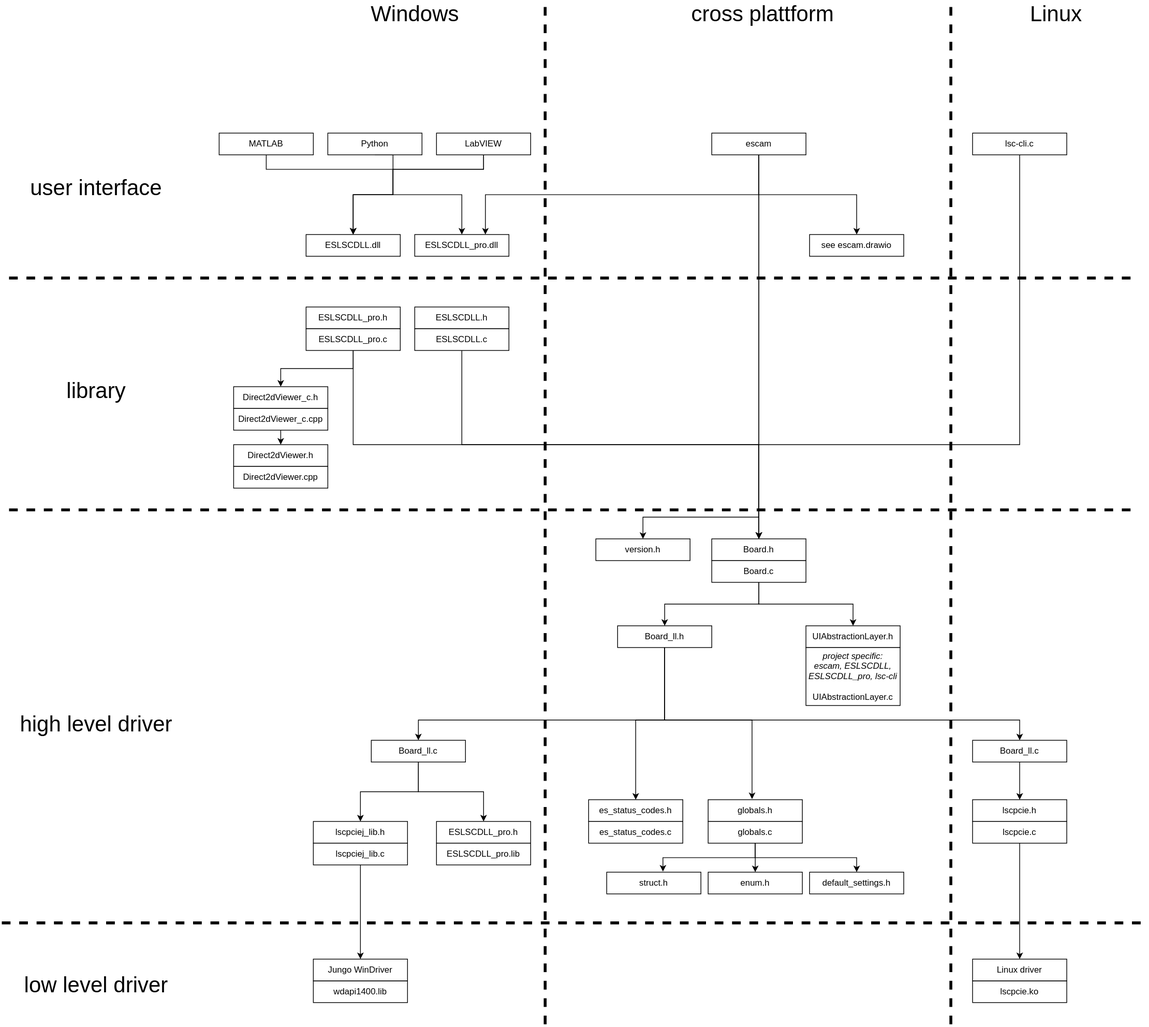
This is doc/software_structure.drawio.svg from Entwicklungsburo-Stresing/EBST_CAM, a draw.io export, as it was before one commit. Source tidied: cells renumbered, new cells last; positions are measured from the earlier drawing's top-left corner, leaving out a move shared by most shapes.
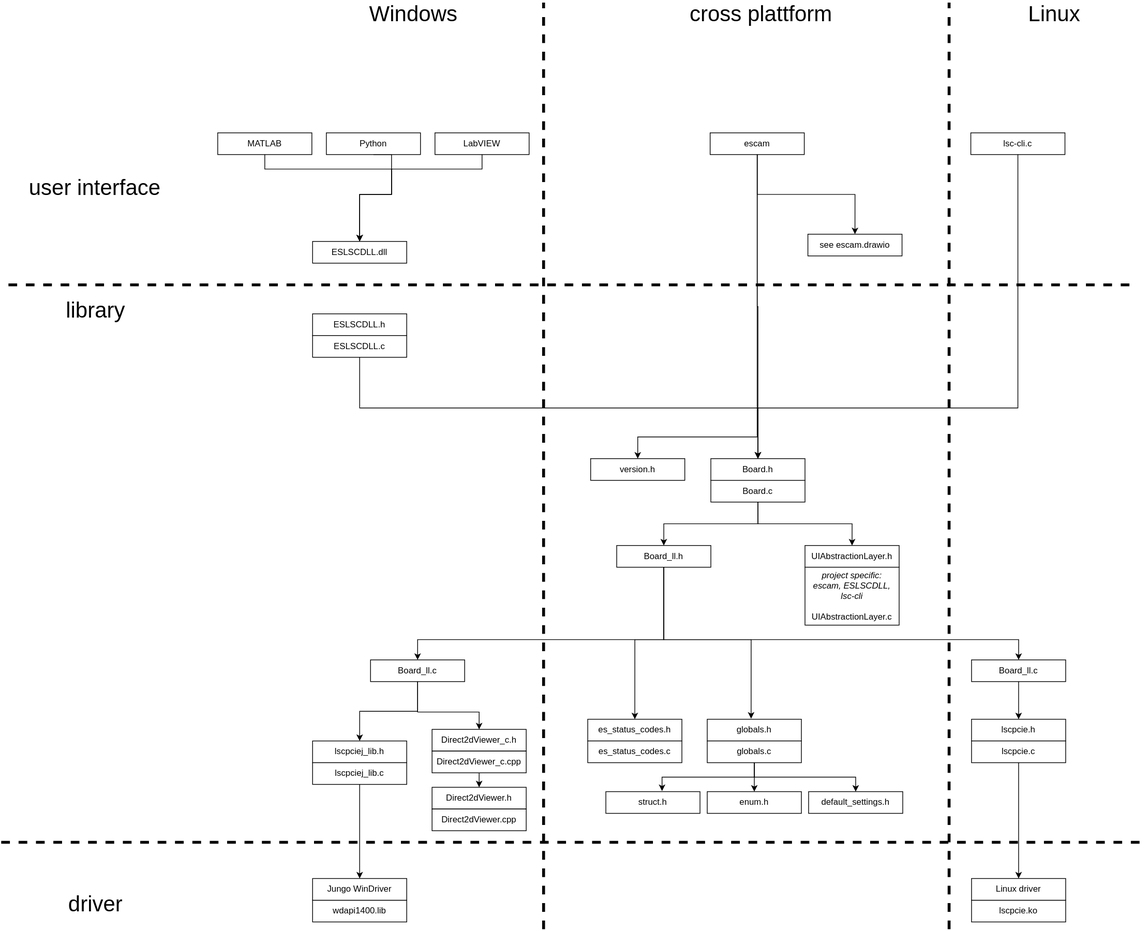
Later version of the same file.

Change to the diagram source:
```diff
@@ -44,9 +44,15 @@
     <mxCell id="10" style="edgeStyle=orthogonalEdgeStyle;rounded=0;jettySize=auto;html=1;exitX=0.5;exitY=1;exitDx=0;exitDy=0;entryX=0.5;entryY=0;entryDx=0;entryDy=0;" parent="1" edge="1" source="12" target="31">
       <mxGeometry relative="1" as="geometry" />
     </mxCell>
-    <mxCell id="11" style="edgeStyle=orthogonalEdgeStyle;rounded=0;jettySize=auto;html=1;" parent="1" edge="1" source="12" target="29">
-      <mxGeometry relative="1" as="geometry" />
-    </mxCell>
+    <mxCell id="82" style="edgeStyle=orthogonalEdgeStyle;rounded=0;jettySize=auto;html=1;entryX=0.5;entryY=0;entryDx=0;entryDy=0;" parent="1" edge="1" source="12" target="41">
+      <mxGeometry relative="1" as="geometry">
+        <Array as="points">
+          <mxPoint x="575" y="1090" />
+          <mxPoint x="660" y="1090" />
+          <mxPoint x="660" y="1105" />
+        </Array>
+      </mxGeometry>
+    </mxCell>
     <mxCell id="12" value="Board_ll.c" style="rounded=0;whiteSpace=wrap;html=1;" parent="1" vertex="1">
       <mxGeometry x="510" y="1018" width="130" height="30" as="geometry" />
     </mxCell>
@@ -65,13 +71,13 @@
       <mxGeometry x="1340" y="1018" width="130" height="30" as="geometry" />
     </mxCell>
     <mxCell id="16" value="ESLSCDLL.h" style="rounded=0;whiteSpace=wrap;html=1;" parent="1" vertex="1">
-      <mxGeometry x="570" y="420" width="130" height="30" as="geometry" />
+      <mxGeometry x="430" y="540" width="130" height="30" as="geometry" />
     </mxCell>
     <mxCell id="17" style="edgeStyle=orthogonalEdgeStyle;rounded=0;jettySize=auto;html=1;exitX=0.5;exitY=1;exitDx=0;exitDy=0;entryX=0.5;entryY=0;entryDx=0;entryDy=0;strokeWidth=1;" parent="1" edge="1" source="18" target="2">
       <mxGeometry relative="1" as="geometry" />
     </mxCell>
     <mxCell id="18" value="ESLSCDLL.c" style="rounded=0;whiteSpace=wrap;html=1;" parent="1" vertex="1">
-      <mxGeometry x="570" y="450" width="130" height="30" as="geometry" />
+      <mxGeometry x="430" y="570" width="130" height="30" as="geometry" />
     </mxCell>
     <mxCell id="19" value="enum.h" style="rounded=0;whiteSpace=wrap;html=1;" parent="1" vertex="1">
       <mxGeometry x="975" y="1200" width="130" height="30" as="geometry" />
@@ -103,12 +109,6 @@
     <mxCell id="28" value="default_settings.h" style="rounded=0;whiteSpace=wrap;html=1;" parent="1" vertex="1">
       <mxGeometry x="1115" y="1200" width="130" height="30" as="geometry" />
     </mxCell>
-    <mxCell id="29" value="ESLSCDLL_pro.h" style="rounded=0;whiteSpace=wrap;html=1;" parent="1" vertex="1">
-      <mxGeometry x="600" y="1130" width="130" height="30" as="geometry" />
-    </mxCell>
-    <mxCell id="30" value="ESLSCDLL_pro.lib" style="rounded=0;whiteSpace=wrap;html=1;" parent="1" vertex="1">
-      <mxGeometry x="600" y="1160" width="130" height="30" as="geometry" />
-    </mxCell>
     <mxCell id="31" value="lscpciej_lib.h" style="rounded=0;whiteSpace=wrap;html=1;" parent="1" vertex="1">
       <mxGeometry x="430" y="1130" width="130" height="30" as="geometry" />
     </mxCell>
@@ -127,95 +127,72 @@
     <mxCell id="36" value="UIAbstractionLayer.h" style="rounded=0;whiteSpace=wrap;html=1;" parent="1" vertex="1">
       <mxGeometry x="1110" y="860" width="130" height="30" as="geometry" />
     </mxCell>
-    <mxCell id="37" value="ESLSCDLL_pro.h" style="rounded=0;whiteSpace=wrap;html=1;" parent="1" vertex="1">
-      <mxGeometry x="420" y="420" width="130" height="30" as="geometry" />
-    </mxCell>
-    <mxCell id="38" style="edgeStyle=orthogonalEdgeStyle;rounded=0;jettySize=auto;html=1;exitX=0.5;exitY=1;exitDx=0;exitDy=0;entryX=0.5;entryY=0;entryDx=0;entryDy=0;" parent="1" edge="1" source="40" target="2">
-      <mxGeometry relative="1" as="geometry" />
-    </mxCell>
-    <mxCell id="39" style="edgeStyle=orthogonalEdgeStyle;rounded=0;jettySize=auto;html=1;exitX=0.5;exitY=1;exitDx=0;exitDy=0;entryX=0.5;entryY=0;entryDx=0;entryDy=0;" parent="1" edge="1" source="40" target="41">
-      <mxGeometry relative="1" as="geometry" />
-    </mxCell>
-    <mxCell id="40" value="ESLSCDLL_pro.c" style="rounded=0;whiteSpace=wrap;html=1;" parent="1" vertex="1">
-      <mxGeometry x="420" y="450" width="130" height="30" as="geometry" />
-    </mxCell>
     <mxCell id="41" value="Direct2dViewer_c.h" style="rounded=0;whiteSpace=wrap;html=1;glass=0;" parent="1" vertex="1">
-      <mxGeometry x="320" y="530" width="130" height="30" as="geometry" />
+      <mxGeometry x="595" y="1114" width="130" height="30" as="geometry" />
     </mxCell>
     <mxCell id="42" style="edgeStyle=orthogonalEdgeStyle;rounded=0;jettySize=auto;html=1;exitX=0.5;exitY=1;exitDx=0;exitDy=0;entryX=0.5;entryY=0;entryDx=0;entryDy=0;" parent="1" edge="1" source="43" target="44">
       <mxGeometry relative="1" as="geometry" />
     </mxCell>
     <mxCell id="43" value="Direct2dViewer_c.cpp" style="rounded=0;whiteSpace=wrap;html=1;" parent="1" vertex="1">
-      <mxGeometry x="320" y="560" width="130" height="30" as="geometry" />
+      <mxGeometry x="595" y="1144" width="130" height="30" as="geometry" />
     </mxCell>
     <mxCell id="44" value="Direct2dViewer.h" style="rounded=0;whiteSpace=wrap;html=1;glass=0;" parent="1" vertex="1">
-      <mxGeometry x="320" y="610" width="130" height="30" as="geometry" />
+      <mxGeometry x="595" y="1194" width="130" height="30" as="geometry" />
     </mxCell>
     <mxCell id="45" value="Direct2dViewer.cpp" style="rounded=0;whiteSpace=wrap;html=1;" parent="1" vertex="1">
-      <mxGeometry x="320" y="640" width="130" height="30" as="geometry" />
+      <mxGeometry x="595" y="1224" width="130" height="30" as="geometry" />
     </mxCell>
-    <mxCell id="46" value="&lt;i&gt;project specific:&lt;br&gt;escam, ESLSCDLL, ESLSCDLL_pro, lsc-cli&lt;br&gt;&lt;br&gt;&lt;/i&gt;UIAbstractionLayer.c" style="rounded=0;whiteSpace=wrap;html=1;" parent="1" vertex="1">
+    <mxCell id="46" value="&lt;i&gt;project specific:&lt;br&gt;escam, ESLSCDLL, lsc-cli&lt;br&gt;&lt;br&gt;&lt;/i&gt;UIAbstractionLayer.c" style="rounded=0;whiteSpace=wrap;html=1;" parent="1" vertex="1">
       <mxGeometry x="1110" y="890" width="130" height="80" as="geometry" />
     </mxCell>
     <mxCell id="47" value="ESLSCDLL.dll" style="rounded=0;whiteSpace=wrap;html=1;" parent="1" vertex="1">
-      <mxGeometry x="420" y="320" width="130" height="30" as="geometry" />
+      <mxGeometry x="430" y="440" width="130" height="30" as="geometry" />
     </mxCell>
-    <mxCell id="48" value="ESLSCDLL_pro.dll" style="rounded=0;whiteSpace=wrap;html=1;" parent="1" vertex="1">
-      <mxGeometry x="570" y="320" width="130" height="30" as="geometry" />
-    </mxCell>
-    <mxCell id="49" style="edgeStyle=orthogonalEdgeStyle;rounded=0;jettySize=auto;html=1;exitX=0.5;exitY=1;exitDx=0;exitDy=0;entryX=0.5;entryY=0;entryDx=0;entryDy=0;" parent="1" edge="1" source="51" target="48">
-      <mxGeometry relative="1" as="geometry">
-        <Array as="points">
-          <mxPoint x="665" y="230" />
-          <mxPoint x="540" y="230" />
-          <mxPoint x="540" y="265" />
-          <mxPoint x="635" y="265" />
-        </Array>
-      </mxGeometry>
-    </mxCell>
     <mxCell id="50" style="edgeStyle=orthogonalEdgeStyle;rounded=0;jettySize=auto;html=1;exitX=0.5;exitY=1;exitDx=0;exitDy=0;entryX=0.5;entryY=0;entryDx=0;entryDy=0;" parent="1" edge="1" source="51" target="47">
       <mxGeometry relative="1" as="geometry">
         <Array as="points">
-          <mxPoint x="665" y="230" />
-          <mxPoint x="540" y="230" />
-          <mxPoint x="540" y="265" />
-          <mxPoint x="485" y="265" />
+          <mxPoint x="664" y="340" />
+          <mxPoint x="539" y="340" />
+          <mxPoint x="539" y="375" />
+          <mxPoint x="495" y="375" />
         </Array>
       </mxGeometry>
     </mxCell>
     <mxCell id="51" value="LabVIEW" style="rounded=0;whiteSpace=wrap;html=1;" parent="1" vertex="1">
-      <mxGeometry x="600" y="180" width="130" height="30" as="geometry" />
+      <mxGeometry x="599" y="290" width="130" height="30" as="geometry" />
     </mxCell>
     <mxCell id="52" style="edgeStyle=orthogonalEdgeStyle;rounded=0;jettySize=auto;html=1;exitX=0.5;exitY=1;exitDx=0;exitDy=0;entryX=0.5;entryY=0;entryDx=0;entryDy=0;" parent="1" edge="1" source="53" target="2">
       <mxGeometry relative="1" as="geometry">
         <Array as="points">
-          <mxPoint x="1405" y="610" />
-          <mxPoint x="1045" y="610" />
+          <mxPoint x="1404" y="670" />
+          <mxPoint x="1045" y="670" />
         </Array>
       </mxGeometry>
     </mxCell>
     <mxCell id="53" value="lsc-cli.c" style="rounded=0;whiteSpace=wrap;html=1;" parent="1" vertex="1">
-      <mxGeometry x="1340" y="180" width="130" height="30" as="geometry" />
+      <mxGeometry x="1339" y="290" width="130" height="30" as="geometry" />
     </mxCell>
     <mxCell id="54" style="edgeStyle=orthogonalEdgeStyle;rounded=0;jettySize=auto;html=1;exitX=0.5;exitY=1;exitDx=0;exitDy=0;entryX=0.5;entryY=0;entryDx=0;entryDy=0;strokeWidth=1;" parent="1" edge="1" source="58" target="2">
-      <mxGeometry relative="1" as="geometry" />
+      <mxGeometry relative="1" as="geometry">
+        <Array as="points">
+          <mxPoint x="1044" y="530" />
+          <mxPoint x="1045" y="530" />
+        </Array>
+      </mxGeometry>
     </mxCell>
-    <mxCell id="55" style="edgeStyle=orthogonalEdgeStyle;rounded=0;jettySize=auto;html=1;exitX=0.5;exitY=1;exitDx=0;exitDy=0;entryX=0.75;entryY=0;entryDx=0;entryDy=0;strokeWidth=1;" parent="1" edge="1" source="58" target="48">
-      <mxGeometry relative="1" as="geometry" />
-    </mxCell>
     <mxCell id="56" style="edgeStyle=orthogonalEdgeStyle;rounded=0;jettySize=auto;html=1;exitX=0.5;exitY=1;exitDx=0;exitDy=0;entryX=0.5;entryY=0;entryDx=0;entryDy=0;fontSize=30;strokeWidth=1;" parent="1" edge="1" source="58" target="76">
       <mxGeometry relative="1" as="geometry" />
     </mxCell>
     <mxCell id="57" style="edgeStyle=orthogonalEdgeStyle;rounded=0;jettySize=auto;html=1;exitX=0.5;exitY=1;exitDx=0;exitDy=0;entryX=0.5;entryY=0;entryDx=0;entryDy=0;" parent="1" edge="1" source="58" target="77">
       <mxGeometry relative="1" as="geometry">
         <Array as="points">
-          <mxPoint x="1045" y="710" />
-          <mxPoint x="885" y="710" />
+          <mxPoint x="1044" y="710" />
+          <mxPoint x="879" y="710" />
         </Array>
       </mxGeometry>
     </mxCell>
     <mxCell id="58" value="escam" style="rounded=0;whiteSpace=wrap;html=1;" parent="1" vertex="1">
-      <mxGeometry x="980" y="180" width="130" height="30" as="geometry" />
+      <mxGeometry x="979" y="290" width="130" height="30" as="geometry" />
     </mxCell>
     <mxCell id="59" value="lscpcie.h" style="rounded=0;whiteSpace=wrap;html=1;" parent="1" vertex="1">
       <mxGeometry x="1340" y="1100" width="130" height="30" as="geometry" />
@@ -234,14 +211,14 @@
     </mxCell>
     <mxCell id="64" style="endArrow=none;dashed=1;html=1;rounded=0;strokeWidth=4;" parent="1" edge="1">
       <mxGeometry relative="1" as="geometry">
-        <mxPoint x="1310" y="1410" as="sourcePoint" />
-        <mxPoint x="1310" as="targetPoint" />
+        <mxPoint x="1309" y="1390" as="sourcePoint" />
+        <mxPoint x="1309" y="110" as="targetPoint" />
       </mxGeometry>
     </mxCell>
     <mxCell id="65" style="endArrow=none;dashed=1;html=1;rounded=0;strokeWidth=4;" parent="1" edge="1">
       <mxGeometry relative="1" as="geometry">
-        <mxPoint x="750" y="1410" as="sourcePoint" />
-        <mxPoint x="750" as="targetPoint" />
+        <mxPoint x="749" y="1390" as="sourcePoint" />
+        <mxPoint x="749" y="110" as="targetPoint" />
       </mxGeometry>
     </mxCell>
     <mxCell id="66" style="endArrow=none;dashed=1;html=1;rounded=0;strokeWidth=4;" parent="1" edge="1">
@@ -250,69 +227,60 @@
         <mxPoint x="1580" y="1270" as="targetPoint" />
       </mxGeometry>
     </mxCell>
-    <mxCell id="67" style="endArrow=none;dashed=1;html=1;rounded=0;strokeWidth=4;" parent="1" edge="1">
-      <mxGeometry relative="1" as="geometry">
-        <mxPoint x="10" y="700" as="sourcePoint" />
-        <mxPoint x="1570" y="700" as="targetPoint" />
-      </mxGeometry>
-    </mxCell>
     <mxCell id="68" style="endArrow=none;dashed=1;html=1;rounded=0;strokeWidth=4;" parent="1" edge="1">
       <mxGeometry relative="1" as="geometry">
-        <mxPoint x="10" y="380" as="sourcePoint" />
-        <mxPoint x="1570" y="380" as="targetPoint" />
+        <mxPoint x="10" y="500" as="sourcePoint" />
+        <mxPoint x="1570" y="500" as="targetPoint" />
       </mxGeometry>
     </mxCell>
     <mxCell id="69" value="&lt;font style=&quot;font-size: 30px&quot;&gt;user interface&lt;/font&gt;" style="text;html=1;align=center;verticalAlign=middle;strokeColor=none;fillColor=none;" parent="1" vertex="1">
-      <mxGeometry x="30" y="240" width="200" height="30" as="geometry" />
+      <mxGeometry x="29" y="350" width="200" height="30" as="geometry" />
     </mxCell>
     <mxCell id="70" value="&lt;font style=&quot;font-size: 30px&quot;&gt;library&lt;/font&gt;" style="text;html=1;align=center;verticalAlign=middle;strokeColor=none;fillColor=none;" parent="1" vertex="1">
       <mxGeometry x="80" y="520" width="100" height="30" as="geometry" />
     </mxCell>
-    <mxCell id="71" value="&lt;font style=&quot;font-size: 30px&quot;&gt;high level driver&lt;/font&gt;" style="text;html=1;align=center;verticalAlign=middle;strokeColor=none;fillColor=none;" parent="1" vertex="1">
-      <mxGeometry x="15" y="980" width="230" height="30" as="geometry" />
-    </mxCell>
-    <mxCell id="72" value="&lt;font style=&quot;font-size: 30px&quot;&gt;low level driver&lt;/font&gt;" style="text;html=1;align=center;verticalAlign=middle;strokeColor=none;fillColor=none;" parent="1" vertex="1">
-      <mxGeometry x="25" y="1340" width="210" height="30" as="geometry" />
+    <mxCell id="72" value="&lt;font style=&quot;font-size: 30px&quot;&gt;driver&lt;/font&gt;" style="text;html=1;align=center;verticalAlign=middle;strokeColor=none;fillColor=none;" parent="1" vertex="1">
+      <mxGeometry x="80" y="1330" width="100" height="50" as="geometry" />
     </mxCell>
     <mxCell id="73" value="&lt;font style=&quot;font-size: 30px&quot;&gt;Windows&lt;/font&gt;" style="text;html=1;align=center;verticalAlign=middle;strokeColor=none;fillColor=none;" parent="1" vertex="1">
-      <mxGeometry x="500" width="140" height="30" as="geometry" />
+      <mxGeometry x="499" y="110" width="140" height="30" as="geometry" />
     </mxCell>
     <mxCell id="74" value="&lt;font style=&quot;font-size: 30px&quot;&gt;cross plattform&lt;/font&gt;" style="text;html=1;align=center;verticalAlign=middle;strokeColor=none;fillColor=none;" parent="1" vertex="1">
-      <mxGeometry x="945" width="210" height="30" as="geometry" />
+      <mxGeometry x="944" y="110" width="210" height="30" as="geometry" />
     </mxCell>
     <mxCell id="75" value="&lt;font style=&quot;font-size: 30px&quot;&gt;Linux&lt;/font&gt;" style="text;html=1;align=center;verticalAlign=middle;strokeColor=none;fillColor=none;" parent="1" vertex="1">
-      <mxGeometry x="1410" width="90" height="30" as="geometry" />
+      <mxGeometry x="1409" y="110" width="90" height="30" as="geometry" />
     </mxCell>
     <mxCell id="76" value="see escam.drawio" style="rounded=0;whiteSpace=wrap;html=1;" parent="1" vertex="1">
-      <mxGeometry x="1115" y="320" width="130" height="30" as="geometry" />
+      <mxGeometry x="1114" y="430" width="130" height="30" as="geometry" />
     </mxCell>
     <mxCell id="77" value="version.h" style="rounded=0;whiteSpace=wrap;html=1;" parent="1" vertex="1">
-      <mxGeometry x="820" y="740" width="130" height="30" as="geometry" />
+      <mxGeometry x="814" y="740" width="130" height="30" as="geometry" />
     </mxCell>
     <mxCell id="78" style="edgeStyle=orthogonalEdgeStyle;rounded=0;jettySize=auto;html=1;exitX=0.5;exitY=1;exitDx=0;exitDy=0;entryX=0.5;entryY=0;entryDx=0;entryDy=0;" parent="1" edge="1" source="79" target="47">
       <mxGeometry relative="1" as="geometry">
         <Array as="points">
-          <mxPoint x="540" y="210" />
-          <mxPoint x="540" y="265" />
-          <mxPoint x="485" y="265" />
+          <mxPoint x="539" y="320" />
+          <mxPoint x="539" y="375" />
+          <mxPoint x="495" y="375" />
         </Array>
       </mxGeometry>
     </mxCell>
     <mxCell id="79" value="Python" style="rounded=0;whiteSpace=wrap;html=1;" parent="1" vertex="1">
-      <mxGeometry x="450" y="180" width="130" height="30" as="geometry" />
+      <mxGeometry x="449" y="290" width="130" height="30" as="geometry" />
     </mxCell>
     <mxCell id="80" style="edgeStyle=orthogonalEdgeStyle;rounded=0;jettySize=auto;html=1;exitX=0.5;exitY=1;exitDx=0;exitDy=0;entryX=0.5;entryY=0;entryDx=0;entryDy=0;" parent="1" edge="1" source="81" target="47">
       <mxGeometry relative="1" as="geometry">
         <Array as="points">
-          <mxPoint x="365" y="230" />
-          <mxPoint x="540" y="230" />
-          <mxPoint x="540" y="265" />
-          <mxPoint x="485" y="265" />
+          <mxPoint x="364" y="340" />
+          <mxPoint x="539" y="340" />
+          <mxPoint x="539" y="375" />
+          <mxPoint x="495" y="375" />
         </Array>
       </mxGeometry>
     </mxCell>
     <mxCell id="81" value="MATLAB" style="rounded=0;whiteSpace=wrap;html=1;" parent="1" vertex="1">
-      <mxGeometry x="300" y="180" width="130" height="30" as="geometry" />
+      <mxGeometry x="299" y="290" width="130" height="30" as="geometry" />
     </mxCell>
   </root>
 </mxGraphModel>
```
